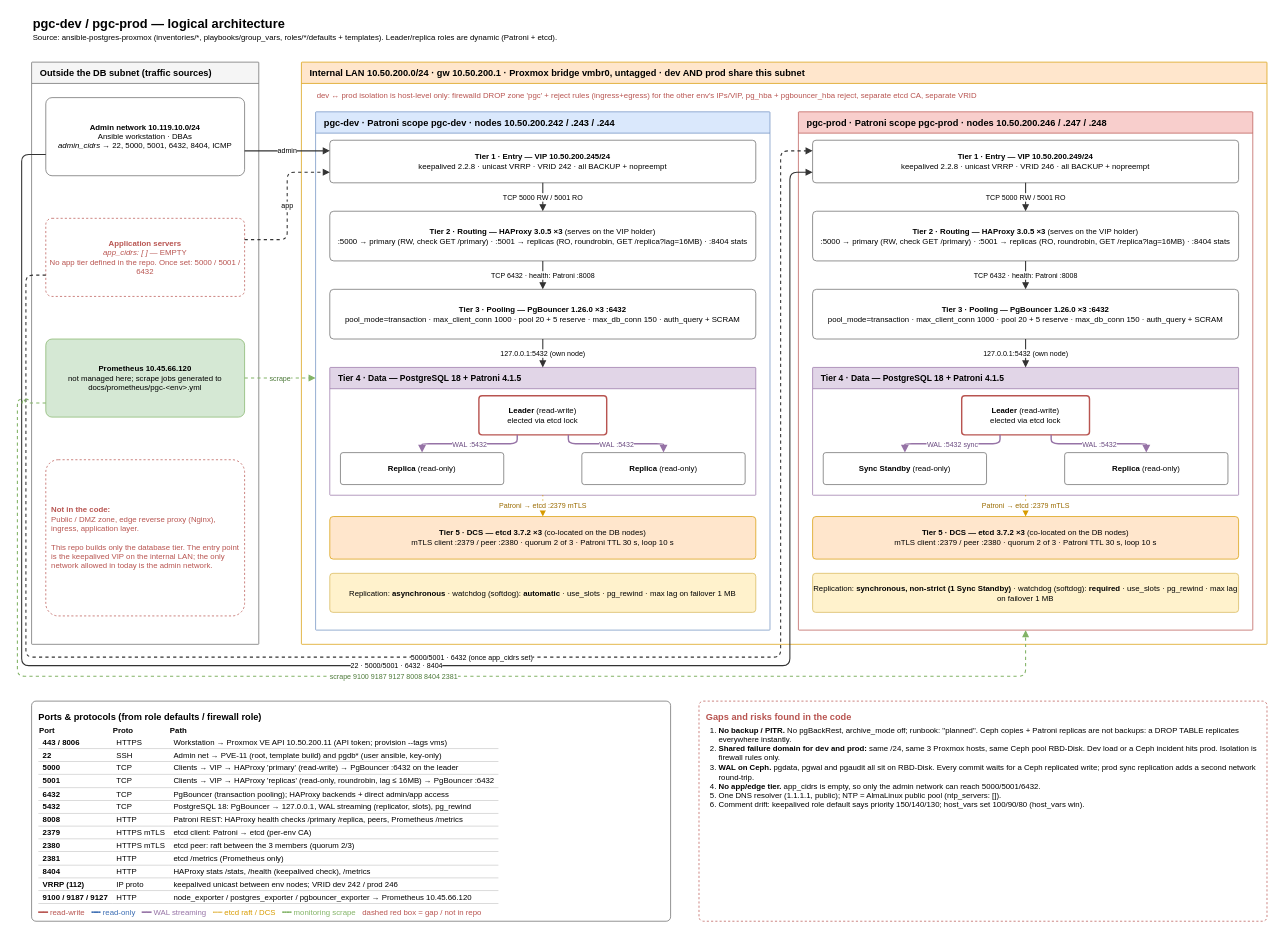
This is page "1 · Logical & traffic flow" (1 of 2) of docs/diagrams/pgc-architecture.drawio from vgrigolaia/Ansible-PostgreSQL-Proxmox, a draw.io file, before an edit. Source tidied: cells renumbered, new cells numbered last; positions are measured from the earlier drawing's top-left corner, leaving out a move shared by most shapes. Both pictures are drawn from the tidied source at 71%, with x=0, y=0 at pixel (17, 12).
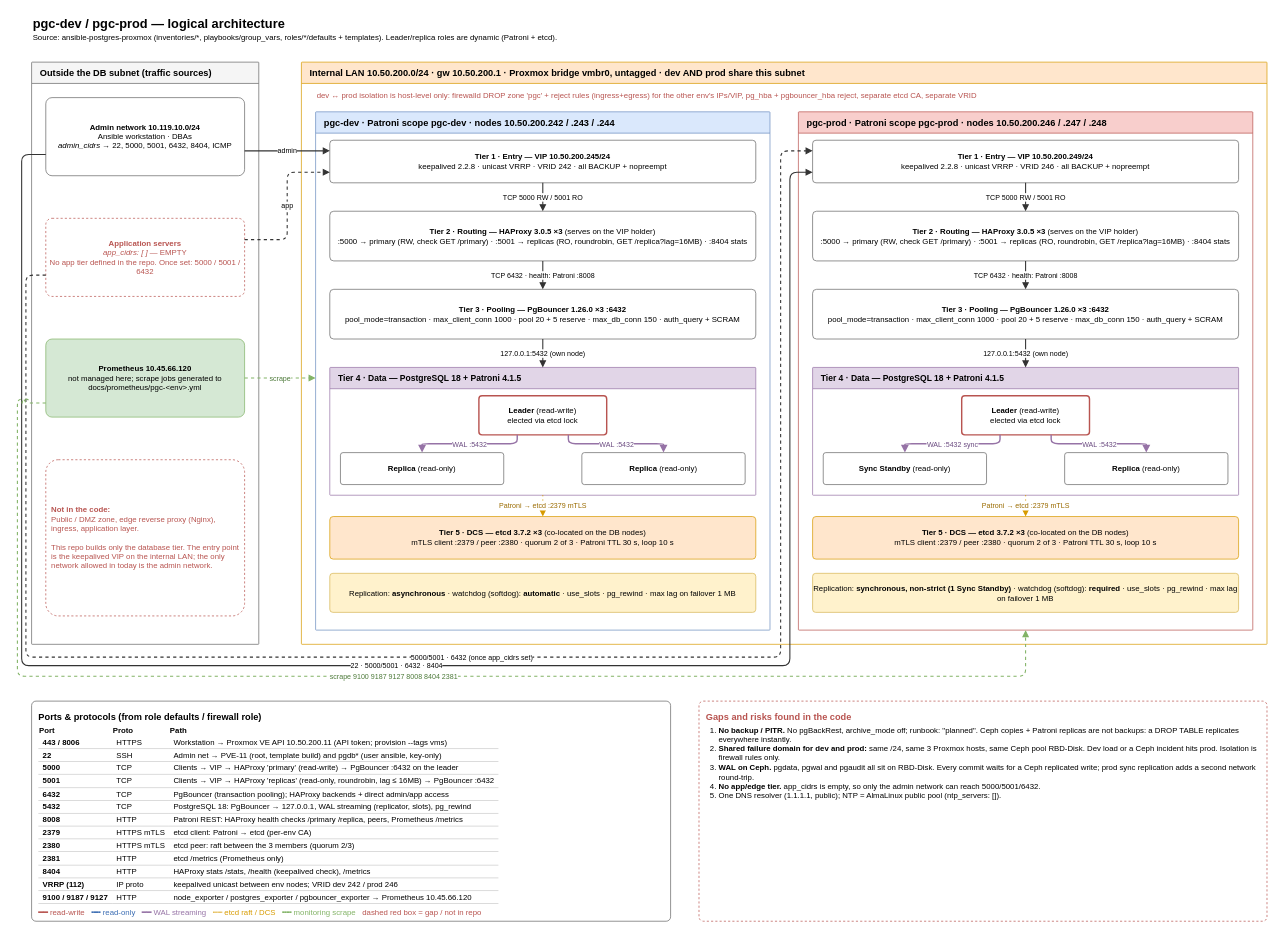
The same diagram, later.

Commit message:
docs: drop the keepalived priority item from the diagram's gaps list

host_vars set the priorities (100/90/80); the role default is only a
fallback, so it is not a gap.

Change to the diagram source:
```diff
@@
-    <mxCell id="49" value="&lt;div style='text-align:left'&gt;&lt;b style='font-size:13px;color:#b85450'&gt;Gaps and risks found in the code&lt;/b&gt;&lt;ol style='font-size:11px;padding-left:18px;margin-top:4px'&gt;&lt;li&gt;&lt;b&gt;No backup / PITR.&lt;/b&gt; No pgBackRest, archive_mode off; runbook: &quot;planned&quot;. Ceph copies + Patroni replicas are not backups: a DROP TABLE replicates everywhere instantly.&lt;/li&gt;&lt;li&gt;&lt;b&gt;Shared failure domain for dev and prod:&lt;/b&gt; same /24, same 3 Proxmox hosts, same Ceph pool RBD-Disk. Dev load or a Ceph incident hits prod. Isolation is firewall rules only.&lt;/li&gt;&lt;li&gt;&lt;b&gt;WAL on Ceph.&lt;/b&gt; pgdata, pgwal and pgaudit all sit on RBD-Disk. Every commit waits for a Ceph replicated write; prod sync replication adds a second network round-trip.&lt;/li&gt;&lt;li&gt;&lt;b&gt;No app/edge tier.&lt;/b&gt; app_cidrs is empty, so only the admin network can reach 5000/5001/6432.&lt;/li&gt;&lt;li&gt;One DNS resolver (1.1.1.1, public); NTP = AlmaLinux public pool (ntp_servers: []).&lt;/li&gt;&lt;li&gt;Comment drift: keepalived role default says priority 150/140/130; host_vars set 100/90/80 (host_vars win).&lt;/li&gt;&lt;/ol&gt;&lt;/div&gt;" style="rounded=1;arcSize=2;whiteSpace=wrap;html=1;align=left;verticalAlign=top;spacing=10;fillColor=#ffffff;strokeColor=#b85450;dashed=1;fontColor=#b85450;fontColor=#000000;" parent="1" vertex="1">
+    <mxCell id="49" value="&lt;div style='text-align:left'&gt;&lt;b style='font-size:13px;color:#b85450'&gt;Gaps and risks found in the code&lt;/b&gt;&lt;ol style='font-size:11px;padding-left:18px;margin-top:4px'&gt;&lt;li&gt;&lt;b&gt;No backup / PITR.&lt;/b&gt; No pgBackRest, archive_mode off; runbook: &quot;planned&quot;. Ceph copies + Patroni replicas are not backups: a DROP TABLE replicates everywhere instantly.&lt;/li&gt;&lt;li&gt;&lt;b&gt;Shared failure domain for dev and prod:&lt;/b&gt; same /24, same 3 Proxmox hosts, same Ceph pool RBD-Disk. Dev load or a Ceph incident hits prod. Isolation is firewall rules only.&lt;/li&gt;&lt;li&gt;&lt;b&gt;WAL on Ceph.&lt;/b&gt; pgdata, pgwal and pgaudit all sit on RBD-Disk. Every commit waits for a Ceph replicated write; prod sync replication adds a second network round-trip.&lt;/li&gt;&lt;li&gt;&lt;b&gt;No app/edge tier.&lt;/b&gt; app_cidrs is empty, so only the admin network can reach 5000/5001/6432.&lt;/li&gt;&lt;li&gt;One DNS resolver (1.1.1.1, public); NTP = AlmaLinux public pool (ntp_servers: []).&lt;/li&gt;&lt;/ol&gt;&lt;/div&gt;" style="rounded=1;arcSize=2;whiteSpace=wrap;html=1;align=left;verticalAlign=top;spacing=10;fillColor=#ffffff;strokeColor=#b85450;dashed=1;fontColor=#b85450;fontColor=#000000;" parent="1" vertex="1">
       <mxGeometry x="960" y="970" width="800" height="310" as="geometry" />
     </mxCell>
```
